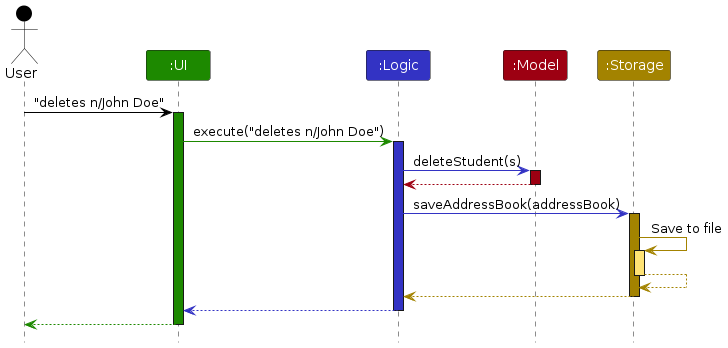
Before: diagrams/architecture/ArchitectureSequenceDiagram.png, a diagram exported from PlantUML (Ansel-Ch/tp). Its source is kept beside it as diagrams/architecture/ArchitectureSequenceDiagram.puml.
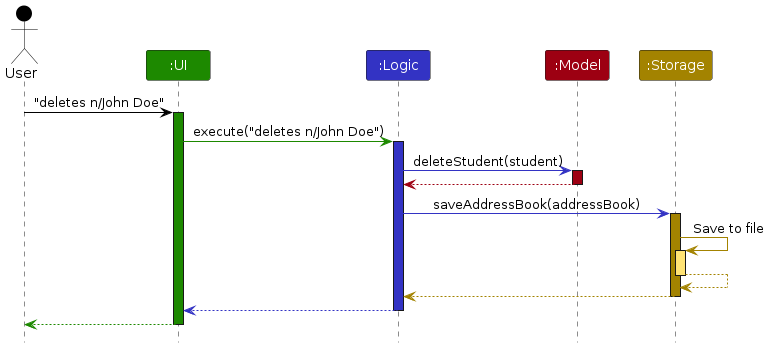
Above is the later version.

What changed in the source:
```diff
@@ -14,7 +14,7 @@
 ui -[UI_COLOR]> logic : execute("deletes n/John Doe")
 activate logic LOGIC_COLOR
 
-logic -[LOGIC_COLOR]> model : deleteStudent(s)
+logic -[LOGIC_COLOR]> model : deleteStudent(student)
 activate model MODEL_COLOR
 
 model -[MODEL_COLOR]-> logic
```
